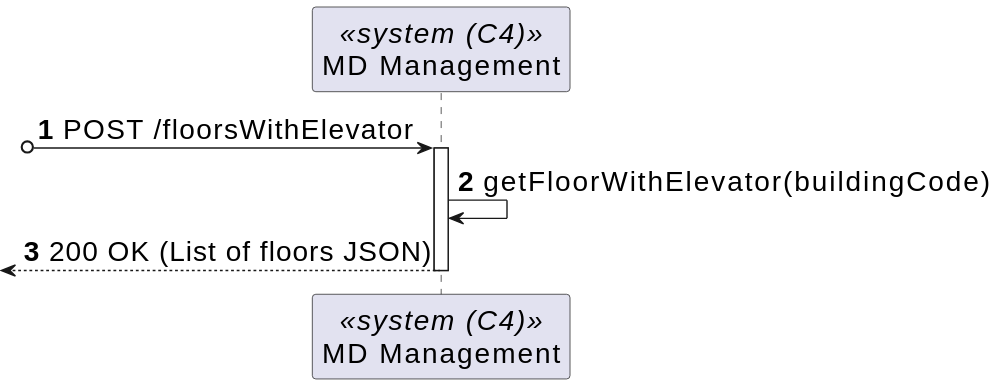
Earlier version of the PlantUML export _wiki/sprint-a/us16-300/views/level-2/assets/process-view.svg (miseEnPlace-dev/lapr5).
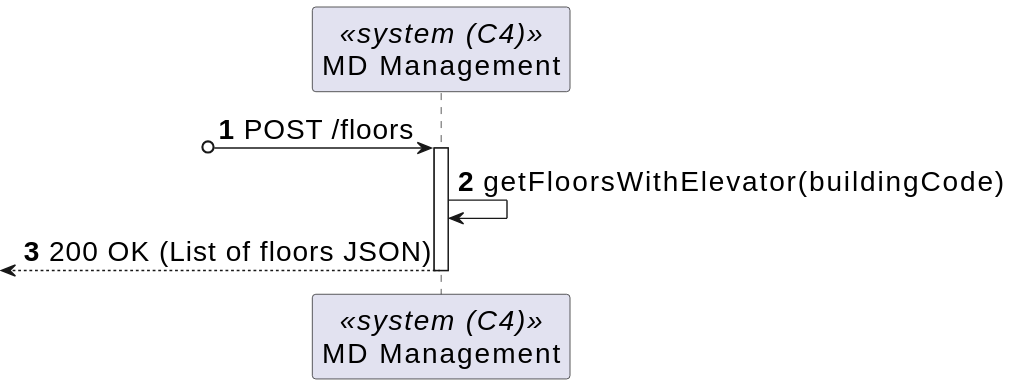
After the change.

Change to the diagram source:
```diff
@@ -4,10 +4,10 @@
 participant SYS as "MD Management" <<system (C4)>>
 
 
-?o-> SYS : POST /floorsWithElevator
+?o-> SYS : POST /floors
 activate SYS
 
-SYS -> SYS : getFloorWithElevator(buildingCode)
+SYS -> SYS : getFloorsWithElevator(buildingCode)
 <-- SYS : 200 OK (List of floors JSON)
 deactivate SYS
 @enduml
```
